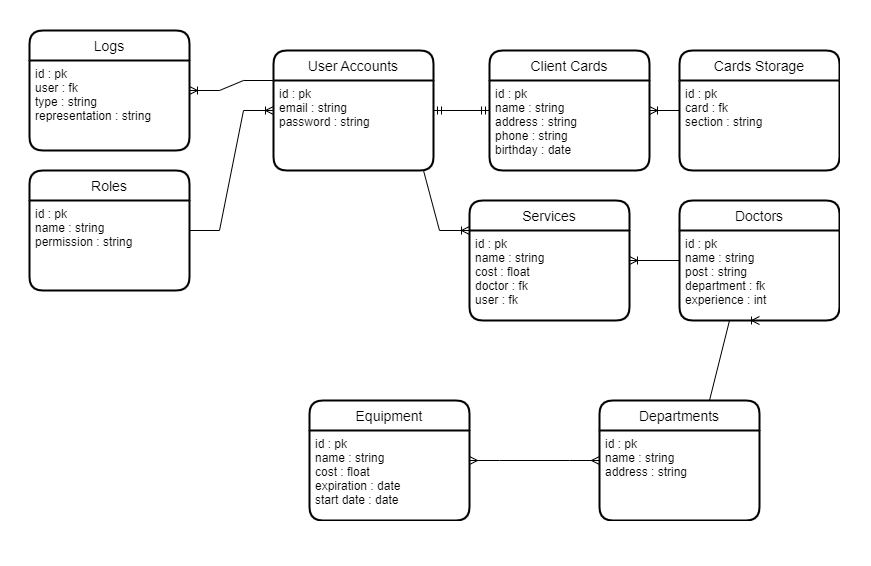
Tim-Abozny/DbManagmentSystem keeps this draw.io diagram as db_scheme.png. Above is the earlier version. Source tidied: cells renumbered, new cells last; positions are measured from the earlier drawing's top-left corner, leaving out a move shared by most shapes.
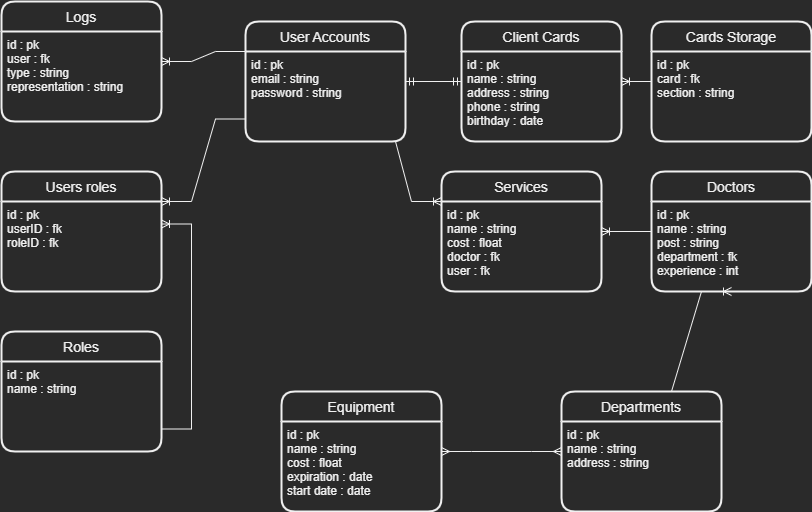
The same diagram one commit later.

The edit, as a diff of the source:
```diff
@@ -3,7 +3,7 @@
     <mxCell id="0" />
     <mxCell id="1" parent="0" />
     <mxCell id="2" value="Departments" style="swimlane;horizontal=1;startSize=30;rounded=1;fontSize=14;fontStyle=0;strokeWidth=2;shadow=0;dashed=0;align=center;" parent="1" vertex="1">
-      <mxGeometry x="570" y="370" width="160" height="120" as="geometry" />
+      <mxGeometry x="560" y="390" width="160" height="120" as="geometry" />
     </mxCell>
     <mxCell id="3" value="id : pk&#10;name : string&#10;address : string" style="align=left;strokeColor=none;fillColor=none;spacingLeft=4;fontSize=12;verticalAlign=top;" parent="2" vertex="1">
       <mxGeometry y="30" width="160" height="90" as="geometry" />
@@ -15,9 +15,9 @@
       <mxGeometry y="30" width="160" height="90" as="geometry" />
     </mxCell>
     <mxCell id="6" value="Roles" style="swimlane;horizontal=1;startSize=30;rounded=1;fontSize=14;fontStyle=0;strokeWidth=2;shadow=0;dashed=0;align=center;" parent="1" vertex="1">
-      <mxGeometry y="140" width="160" height="120" as="geometry" />
+      <mxGeometry y="330" width="160" height="120" as="geometry" />
     </mxCell>
-    <mxCell id="7" value="id : pk&#10;name : string&#10;permission : string" style="align=left;strokeColor=none;fillColor=none;spacingLeft=4;fontSize=12;verticalAlign=top;" parent="6" vertex="1">
+    <mxCell id="7" value="id : pk&#10;name : string&#10;" style="align=left;strokeColor=none;fillColor=none;spacingLeft=4;fontSize=12;verticalAlign=top;" parent="6" vertex="1">
       <mxGeometry y="30" width="160" height="90" as="geometry" />
     </mxCell>
     <mxCell id="8" value="Logs" style="swimlane;horizontal=1;startSize=30;rounded=1;fontSize=14;fontStyle=0;strokeWidth=2;shadow=0;dashed=0;align=center;" parent="1" vertex="1">
@@ -33,7 +33,7 @@
       <mxGeometry y="30" width="160" height="90" as="geometry" />
     </mxCell>
     <mxCell id="12" value="Equipment" style="swimlane;horizontal=1;startSize=30;rounded=1;fontSize=14;fontStyle=0;strokeWidth=2;shadow=0;dashed=0;align=center;" parent="1" vertex="1">
-      <mxGeometry x="280" y="370" width="160" height="120" as="geometry" />
+      <mxGeometry x="280" y="390" width="160" height="120" as="geometry" />
     </mxCell>
     <mxCell id="13" value="id : pk&#10;name : string&#10;cost : float&#10;expiration : date&#10;start date : date" style="align=left;strokeColor=none;fillColor=none;spacingLeft=4;fontSize=12;verticalAlign=top;" parent="12" vertex="1">
       <mxGeometry y="30" width="160" height="90" as="geometry" />
@@ -68,9 +68,6 @@
     <mxCell id="23" style="edgeStyle=entityRelationEdgeStyle;fontSize=12;html=1;endArrow=ERmany;startArrow=ERmany;rounded=0;" parent="1" edge="1" source="2" target="12">
       <mxGeometry relative="1" as="geometry" />
     </mxCell>
-    <mxCell id="24" style="edgeStyle=entityRelationEdgeStyle;fontSize=12;html=1;endArrow=ERoneToMany;rounded=0;" parent="1" edge="1" source="6" target="4">
-      <mxGeometry relative="1" as="geometry" />
-    </mxCell>
     <mxCell id="25" style="edgeStyle=entityRelationEdgeStyle;fontSize=12;html=1;endArrow=ERoneToMany;rounded=0;exitX=0;exitY=0.25;exitDx=0;exitDy=0;" parent="1" edge="1" source="4" target="8">
       <mxGeometry relative="1" as="geometry" />
     </mxCell>
@@ -80,5 +77,17 @@
     <mxCell id="27" style="edgeStyle=entityRelationEdgeStyle;fontSize=12;html=1;endArrow=ERoneToMany;rounded=0;entryX=0.5;entryY=1;entryDx=0;entryDy=0;exitX=0.5;exitY=0;exitDx=0;exitDy=0;" parent="1" edge="1" source="2" target="17">
       <mxGeometry relative="1" as="geometry" />
     </mxCell>
+    <mxCell id="28" value="Users roles" style="swimlane;horizontal=1;startSize=30;rounded=1;fontSize=14;fontStyle=0;strokeWidth=2;shadow=0;dashed=0;align=center;" parent="1" vertex="1">
+      <mxGeometry y="170" width="160" height="120" as="geometry" />
+    </mxCell>
+    <mxCell id="29" value="id : pk&#10;userID : fk&#10;roleID : fk" style="align=left;strokeColor=none;fillColor=none;spacingLeft=4;fontSize=12;verticalAlign=top;" parent="28" vertex="1">
+      <mxGeometry y="30" width="160" height="90" as="geometry" />
+    </mxCell>
+    <mxCell id="30" style="edgeStyle=entityRelationEdgeStyle;fontSize=12;html=1;endArrow=ERoneToMany;rounded=0;exitX=1;exitY=0.75;exitDx=0;exitDy=0;entryX=1;entryY=0.25;entryDx=0;entryDy=0;" parent="1" edge="1" source="7" target="29">
+      <mxGeometry relative="1" as="geometry" />
+    </mxCell>
+    <mxCell id="24" style="edgeStyle=entityRelationEdgeStyle;fontSize=12;html=1;endArrow=ERoneToMany;rounded=0;exitX=0;exitY=0.75;exitDx=0;exitDy=0;entryX=1;entryY=0;entryDx=0;entryDy=0;" parent="1" edge="1" source="5" target="29">
+      <mxGeometry relative="1" as="geometry" />
+    </mxCell>
   </root>
 </mxGraphModel>
```
